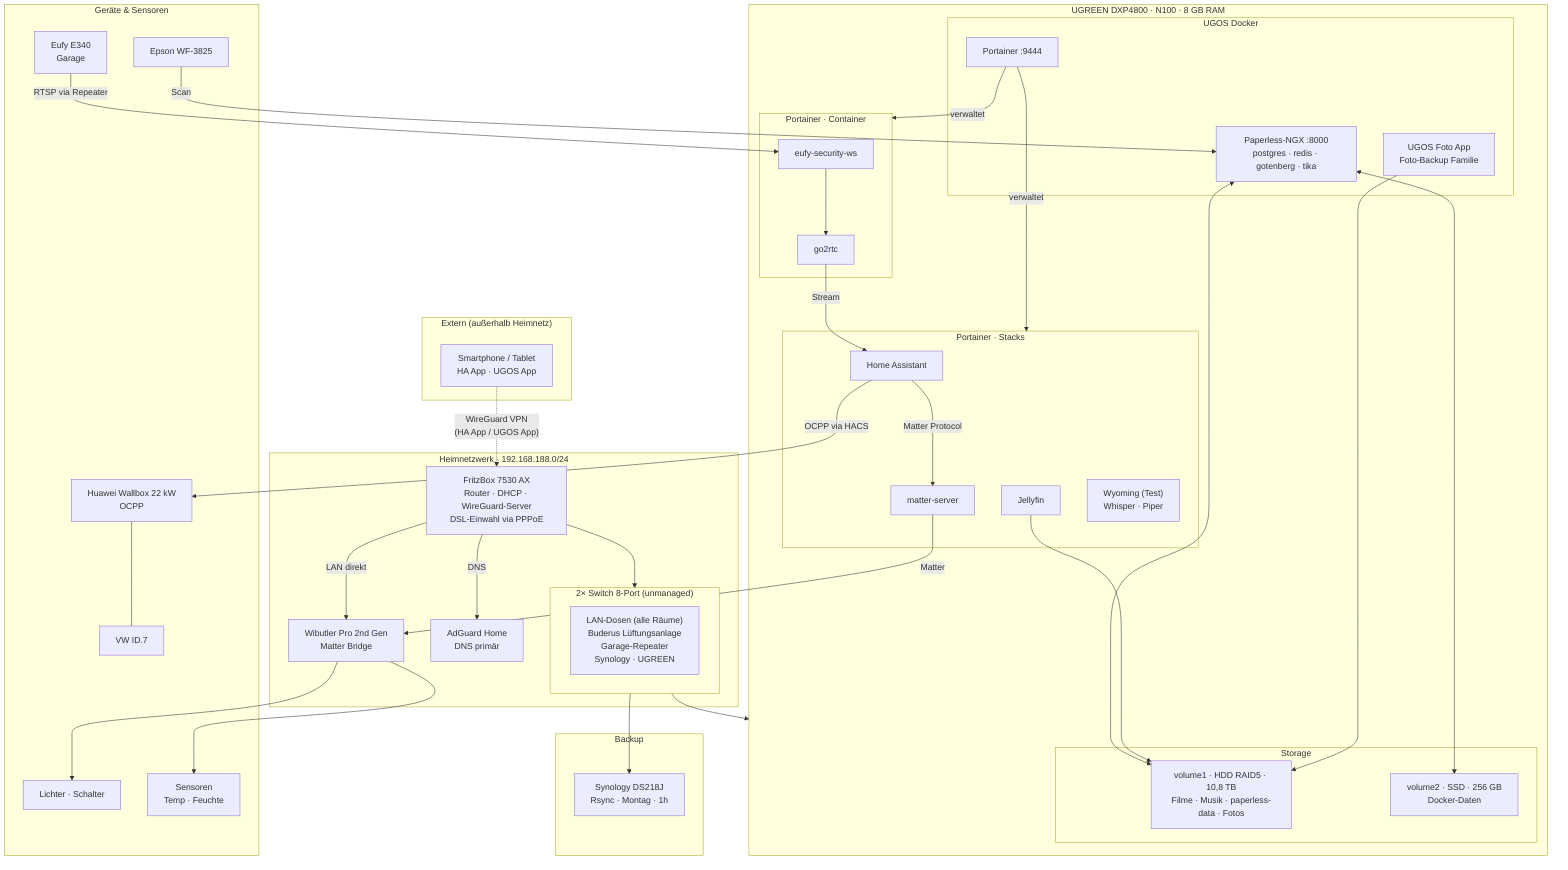
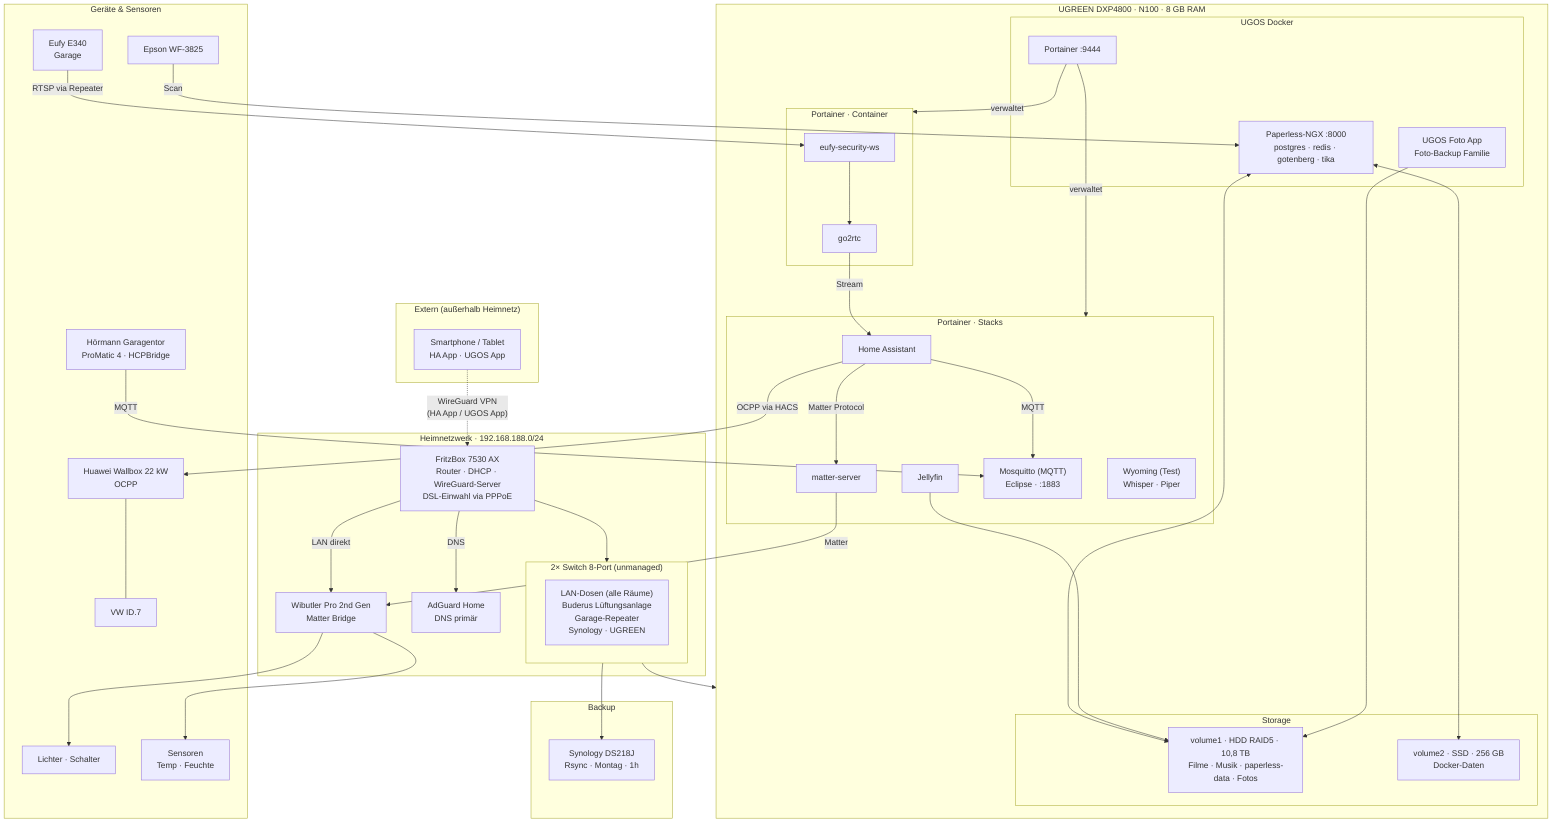
flowchart TB

    subgraph EXTERN["Extern (außerhalb Heimnetz)"]
        PHONE["Smartphone / Tablet\nHA App · UGOS App"]
    end

    subgraph HEIMNETZ["Heimnetzwerk · 192.168.188.0/24"]
        FB["FritzBox 7530 AX\nRouter · DHCP · WireGuard-Server\nDSL-Einwahl via PPPoE"]
        AGH["AdGuard Home\nDNS primär"]
        WB["Wibutler Pro 2nd Gen\nMatter Bridge"]

        subgraph SWITCHES["2× Switch 8-Port (unmanaged)"]
            SW_DEV["LAN-Dosen (alle Räume)\nBuderus Lüftungsanlage\nGarage-Repeater\nSynology · UGREEN"]
        end
    end

    subgraph NAS["UGREEN DXP4800 · N100 · 8 GB RAM"]
        subgraph UGOS["UGOS Docker"]
            PT["Portainer :9444"]
            PL["Paperless-NGX :8000\npostgres · redis · gotenberg · tika"]
            PHOTO["UGOS Foto App\nFoto-Backup Familie"]
        end
        subgraph PSTACK["Portainer · Stacks"]
            HA["Home Assistant"]
            MS["matter-server"]
            JF["Jellyfin"]
+             MQ["Mosquitto (MQTT)\nEclipse · :1883"]
            WY["Wyoming (Test)\nWhisper · Piper"]
        end
        subgraph PCONT["Portainer · Container"]
            EUFY["eufy-security-ws"]
            GO2["go2rtc"]
        end
        subgraph STORE["Storage"]
            V1["volume1 · HDD RAID5 · 10,8 TB\nFilme · Musik · paperless-data · Fotos"]
            V2["volume2 · SSD · 256 GB\nDocker-Daten"]
        end
    end

    subgraph GERAETE["Geräte & Sensoren"]
        LIGHTS["Lichter · Schalter"]
        SENS["Sensoren\nTemp · Feuchte"]
        WALLBOX["Huawei Wallbox 22 kW\nOCPP"]
        ID7["VW ID.7"]
        CAM["Eufy E340\nGarage"]
        EPSON["Epson WF-3825"]
+         GARAGENTOR["Hörmann Garagentor\nProMatic 4 · HCPBridge"]
    end

    subgraph BACKUP["Backup"]
        SYN["Synology DS218J\nRsync · Montag · 1h"]
    end

    PHONE -. "WireGuard VPN\n(HA App / UGOS App)" .-> FB
    FB -->|DNS| AGH
    FB -->|LAN direkt| WB
    FB --> SWITCHES
    SWITCHES --> NAS
    SWITCHES --> SYN

    PT -->|verwaltet| PSTACK
    PT -->|verwaltet| PCONT

    HA -->|Matter Protocol| MS
    MS -->|Matter| WB
    WB --> LIGHTS
    WB --> SENS
+     HA -->|MQTT| MQ
+     GARAGENTOR -->|MQTT| MQ
    HA -->|OCPP via HACS| WALLBOX
    WALLBOX --- ID7
    CAM -->|RTSP via Repeater| EUFY
    EUFY --> GO2
    GO2 -->|Stream| HA
    EPSON -->|Scan| PL

    PL <--> V1
    PL <--> V2
    JF --> V1
    PHOTO --> V1